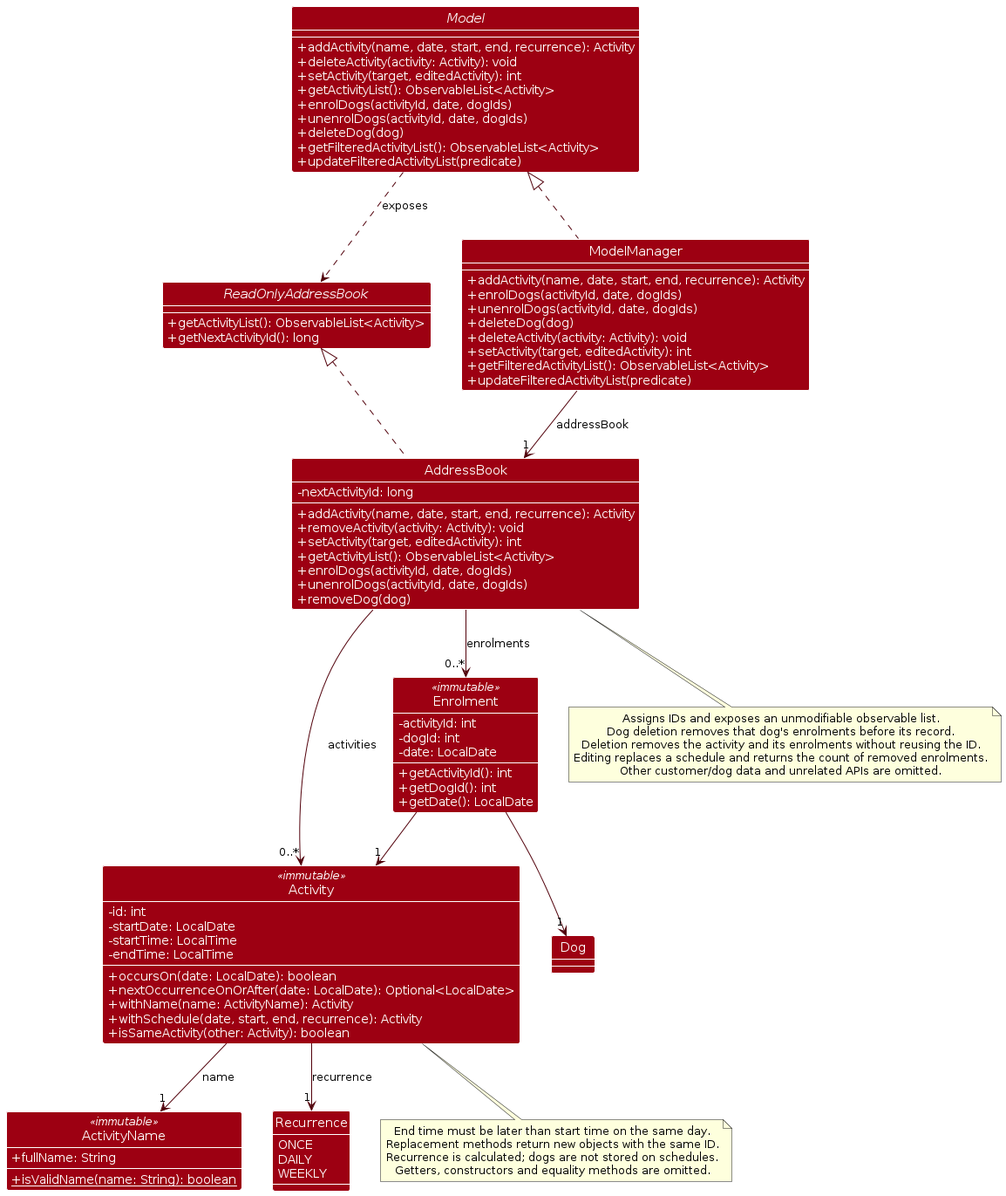
This is diagrams/ActivityClassDiagram.png from AY2627S1-CS2103T-T15-4/tp, a PlantUML export, as it was before one commit. Its source is kept beside it as diagrams/ActivityClassDiagram.puml.
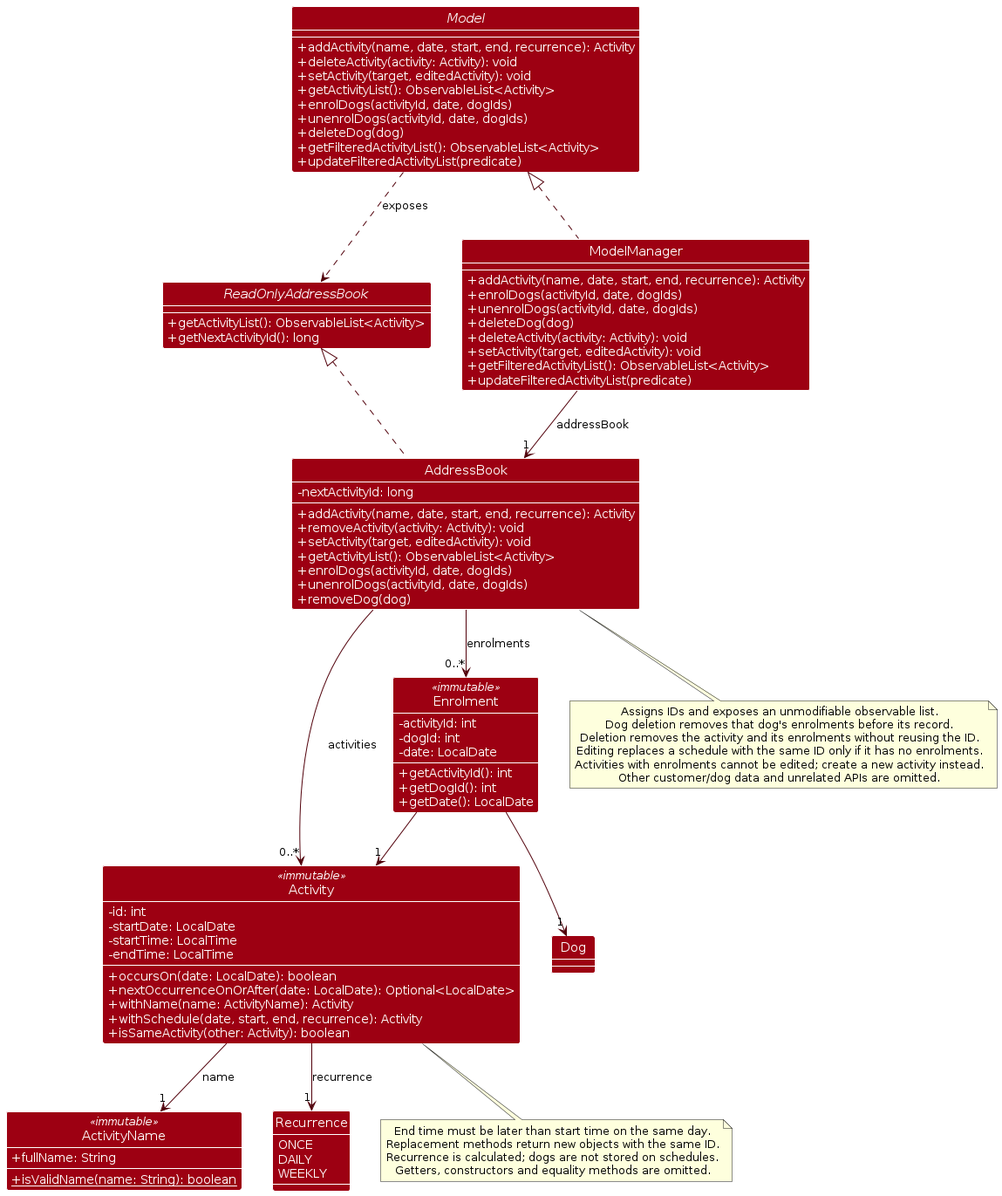
The same file after the commit.

Change to the diagram source:
```diff
@@ -10,7 +10,7 @@
 interface Model {
   +addActivity(name, date, start, end, recurrence): Activity
   +deleteActivity(activity: Activity): void
-  +setActivity(target, editedActivity): int
+  +setActivity(target, editedActivity): void
   +getActivityList(): ObservableList<Activity>
   +enrolDogs(activityId, date, dogIds)
   +unenrolDogs(activityId, date, dogIds)
@@ -25,7 +25,7 @@
   +unenrolDogs(activityId, date, dogIds)
   +deleteDog(dog)
   +deleteActivity(activity: Activity): void
-  +setActivity(target, editedActivity): int
+  +setActivity(target, editedActivity): void
   +getFilteredActivityList(): ObservableList<Activity>
   +updateFilteredActivityList(predicate)
 }
@@ -39,7 +39,7 @@
   -nextActivityId: long
   +addActivity(name, date, start, end, recurrence): Activity
   +removeActivity(activity: Activity): void
-  +setActivity(target, editedActivity): int
+  +setActivity(target, editedActivity): void
   +getActivityList(): ObservableList<Activity>
   +enrolDogs(activityId, date, dogIds)
   +unenrolDogs(activityId, date, dogIds)
@@ -93,7 +93,8 @@
   Assigns IDs and exposes an unmodifiable observable list.
   Dog deletion removes that dog's enrolments before its record.
   Deletion removes the activity and its enrolments without reusing the ID.
-  Editing replaces a schedule and returns the count of removed enrolments.
+  Editing replaces a schedule with the same ID only if it has no enrolments.
+  Activities with enrolments cannot be edited; create a new activity instead.
   Other customer/dog data and unrelated APIs are omitted.
 end note
 
```
